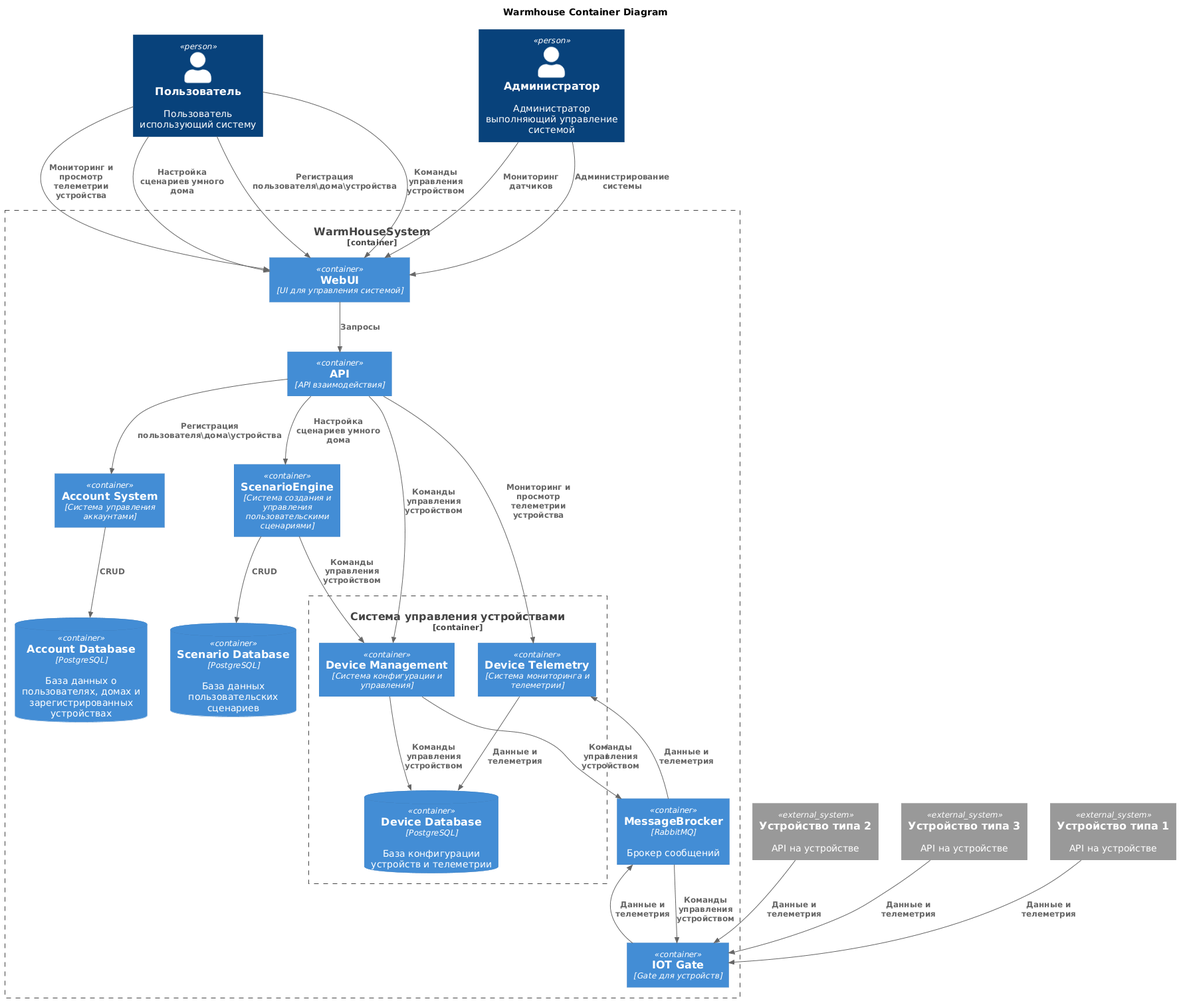
The PlantUML diagram Schemes/C4_container.png in MasterKhajiit/architecture-warmhouse-1, before a commit.
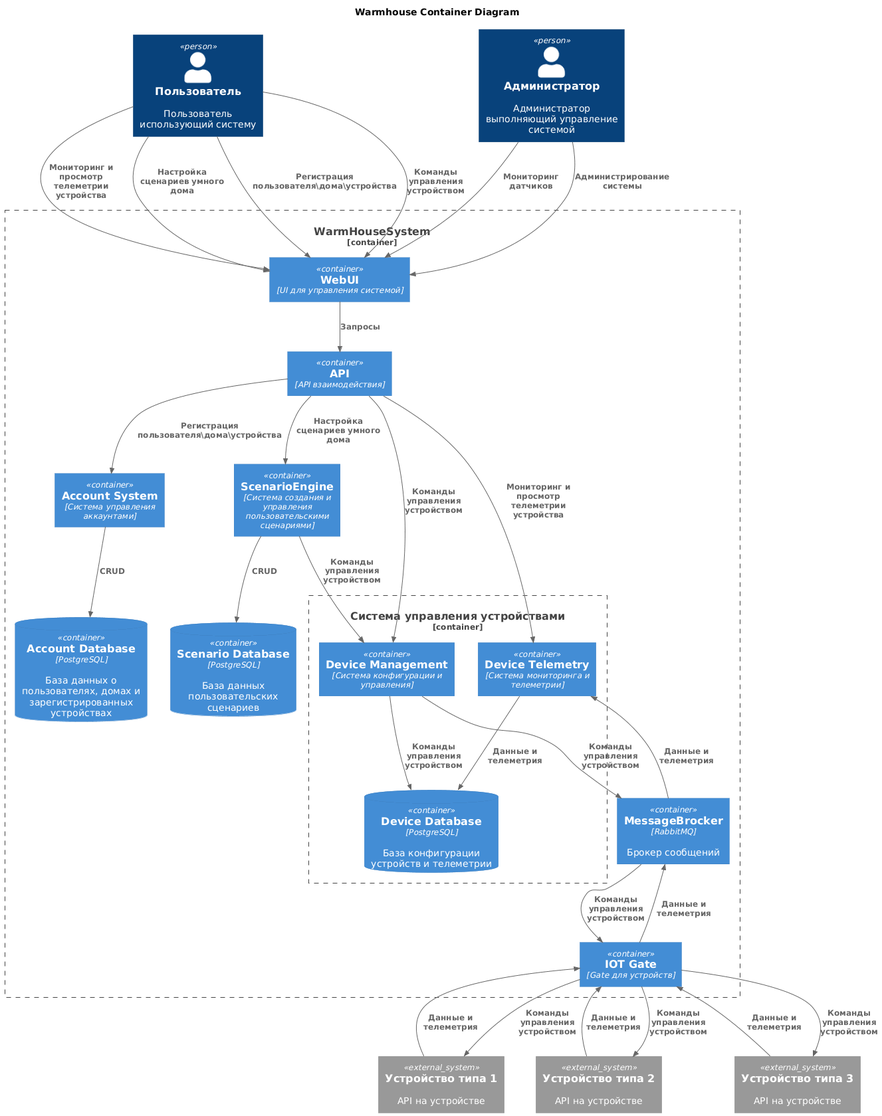
Above is the later version.

Change to the diagram source:
```diff
@@ -1,7 +1,7 @@
 @startuml
 title Warmhouse Container Diagram
 
-!include https://raw.githubusercontent.com/RicardoNiepel/C4-PlantUML/master/C4_Container.puml
+!include https://raw.githubusercontent.com/plantuml-stdlib/C4-PlantUML/master/C4_Container.puml
 
 Person(user, "Пользователь", "Пользователь использующий систему")
 Person(admin, "Администратор", "Администратор выполняющий управление системой")
@@ -57,6 +57,10 @@
 Rel(MessageBrocker, IOTGate, "Команды управления устройством")
 Rel(IOTGate, MessageBrocker, "Данные и телеметрия")
 
+Rel(IOTGate, sensor1, "Команды управления устройством")
+Rel(IOTGate, sensor2, "Команды управления устройством")
+Rel(IOTGate, sensor3, "Команды управления устройством")
+
 Rel(sensor1, IOTGate, "Данные и телеметрия")
 Rel(sensor2, IOTGate, "Данные и телеметрия")
 Rel(sensor3, IOTGate, "Данные и телеметрия")
```
